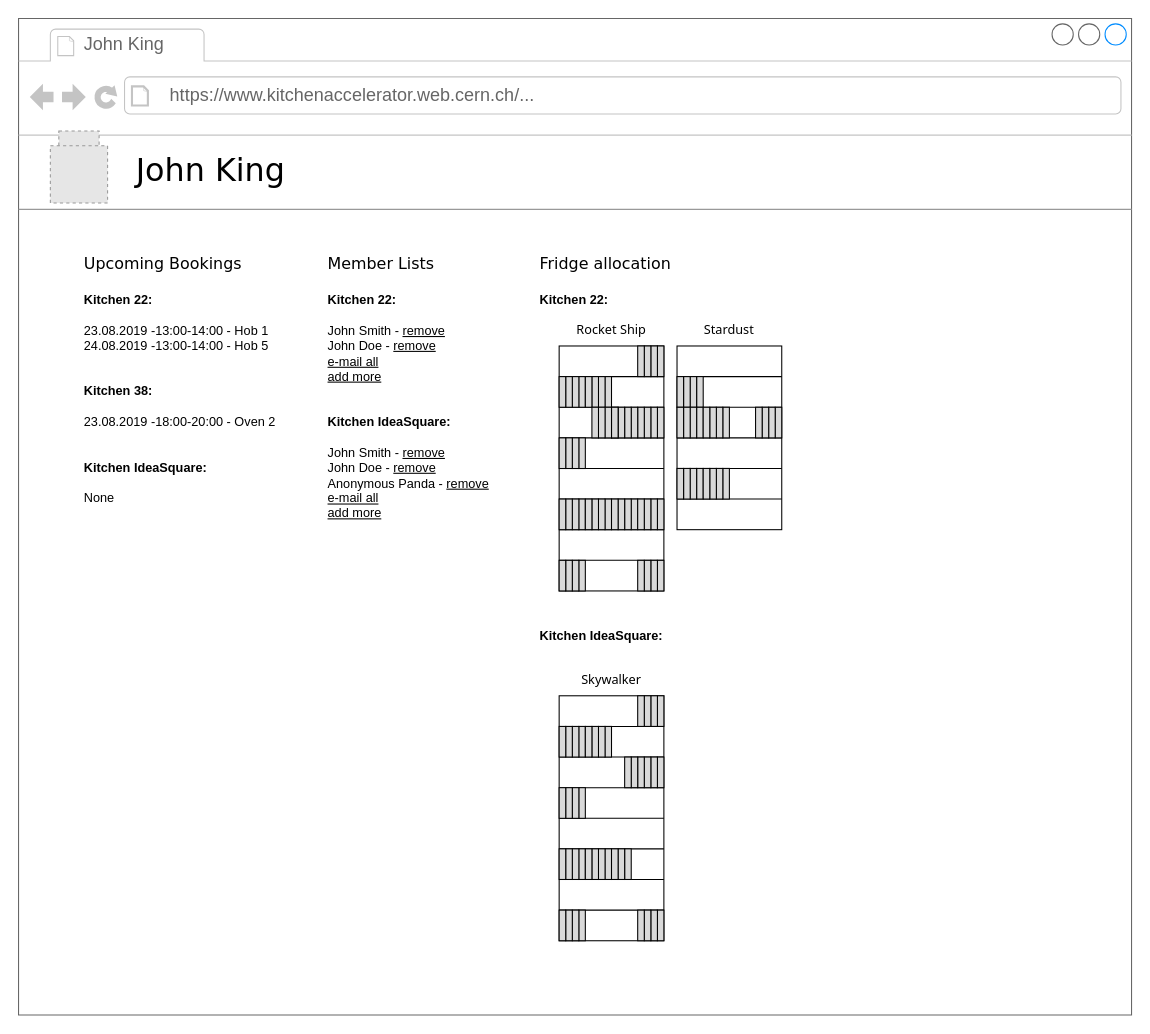
This is page "Manager" (2 of 5) of media/wireframes/wireframes.drawio from DEUCE1957/kitchen-accelerator, a draw.io file, before an edit. Source tidied: cells renumbered, new cells numbered last; positions are measured from the earlier drawing's top-left corner, leaving out a move shared by most shapes. Both pictures are drawn from the tidied source at 106%, with x=0, y=0 at pixel (18, 18). Pictures stored in the file or linked from it are replaced by grey dashed boxes.
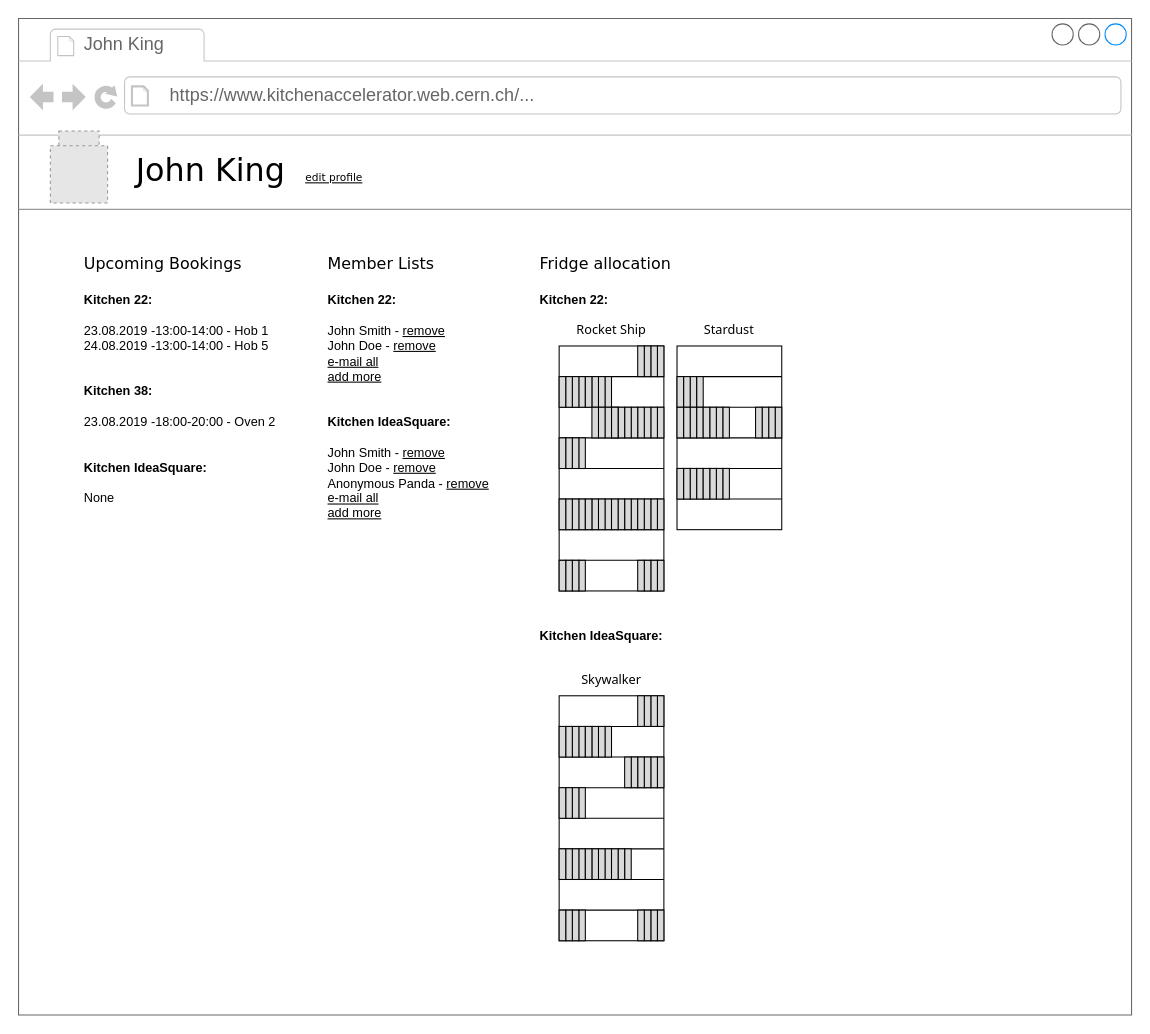
The same diagram, later.

Commit message (it also covers changes not shown here):
added "edit profile" link

Diff of the diagram source:
```diff
@@
-    <mxCell id="158" value="John King" style="text;html=1;align=left;verticalAlign=top;spacingTop=-4;fontSize=30;fontFamily=Verdana;fontColor=#000000;" parent="1" vertex="1">
+    <mxCell id="158" value="John King&amp;nbsp; &lt;font size=&quot;1&quot;&gt;&lt;u&gt;edit profile&lt;/u&gt;&lt;/font&gt;" style="text;html=1;align=left;verticalAlign=top;spacingTop=-4;fontSize=30;fontFamily=Verdana;fontColor=#000000;" parent="1" vertex="1">
       <mxGeometry x="108.5" y="123" width="410" height="50" as="geometry" />
     </mxCell>
```
